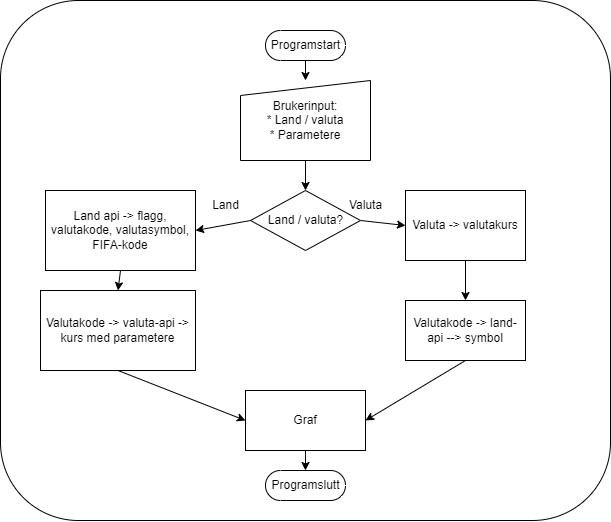
Earlier version of the draw.io export Flytskjema 3.0.png (patootey/api_oppgave). Source tidied: cells renumbered, new cells last; positions are measured from the earlier drawing's top-left corner, leaving out a move shared by most shapes. Its diagram source:
```xml
<mxGraphModel>
  <root>
    <mxCell id="0" />
    <mxCell id="1" parent="0" />
    <mxCell id="2" style="whiteSpace=wrap;html=1;fillStyle=solid;fillColor=#FFFFFF;rounded=1;" parent="1" vertex="1">
      <mxGeometry width="610" height="520" as="geometry" />
    </mxCell>
    <mxCell id="3" value="Programstart" style="html=1;dashed=0;whitespace=wrap;shape=mxgraph.dfd.start;" parent="1" vertex="1">
      <mxGeometry x="265" y="30" width="80" height="30" as="geometry" />
    </mxCell>
    <mxCell id="4" value="Brukerinput:&lt;br&gt;* Land / valuta&lt;br&gt;* Parametere" style="shape=manualInput;whiteSpace=wrap;html=1;dashed=0;size=15;" parent="1" vertex="1">
      <mxGeometry x="240" y="80" width="130" height="80" as="geometry" />
    </mxCell>
    <mxCell id="5" style="edgeStyle=none;html=1;exitX=1;exitY=0.5;exitDx=0;exitDy=0;entryX=0;entryY=0.5;entryDx=0;entryDy=0;" parent="1" edge="1" source="6" target="19">
      <mxGeometry relative="1" as="geometry" />
    </mxCell>
    <mxCell id="6" value="Land / valuta?" style="shape=rhombus;html=1;dashed=0;whitespace=wrap;perimeter=rhombusPerimeter;" parent="1" vertex="1">
      <mxGeometry x="250" y="190" width="110" height="60" as="geometry" />
    </mxCell>
    <mxCell id="7" style="edgeStyle=none;html=1;exitX=0.5;exitY=1;exitDx=0;exitDy=0;entryX=0.5;entryY=0;entryDx=0;entryDy=0;" parent="1" edge="1" source="8" target="10">
      <mxGeometry relative="1" as="geometry" />
    </mxCell>
    <mxCell id="8" value="Land api -&amp;gt; flagg, valutakode, valutasymbol, FIFA-kode" style="whiteSpace=wrap;html=1;" parent="1" vertex="1">
      <mxGeometry x="45" y="190" width="150" height="80" as="geometry" />
    </mxCell>
    <mxCell id="9" style="edgeStyle=none;html=1;exitX=0.5;exitY=1;exitDx=0;exitDy=0;entryX=0;entryY=0.5;entryDx=0;entryDy=0;" parent="1" edge="1" source="10" target="16">
      <mxGeometry relative="1" as="geometry" />
    </mxCell>
    <mxCell id="10" value="Valutakode -&amp;gt; valuta-api -&amp;gt; kurs med parametere" style="whiteSpace=wrap;html=1;" parent="1" vertex="1">
      <mxGeometry x="40" y="290" width="155" height="80" as="geometry" />
    </mxCell>
    <mxCell id="11" style="edgeStyle=none;jettySize=auto;html=1;exitX=0.5;exitY=0.5;exitDx=0;exitDy=15;exitPerimeter=0;entryX=0.5;entryY=0;entryDx=0;entryDy=0;" parent="1" edge="1" source="3" target="4">
      <mxGeometry relative="1" as="geometry" />
    </mxCell>
    <mxCell id="12" style="edgeStyle=none;jettySize=auto;html=1;exitX=0.5;exitY=1;exitDx=0;exitDy=0;entryX=0.5;entryY=0;entryDx=0;entryDy=0;" parent="1" edge="1" source="4" target="6">
      <mxGeometry relative="1" as="geometry" />
    </mxCell>
    <mxCell id="13" style="edgeStyle=none;jettySize=auto;html=1;exitX=0;exitY=0.5;exitDx=0;exitDy=0;entryX=1;entryY=0.5;entryDx=0;entryDy=0;" parent="1" edge="1" source="6" target="8">
      <mxGeometry relative="1" as="geometry" />
    </mxCell>
    <mxCell id="14" value="Land" style="text;html=1;align=center;verticalAlign=middle;strokeColor=none;fillColor=none;" parent="1" vertex="1">
      <mxGeometry x="200" y="190" width="50" height="30" as="geometry" />
    </mxCell>
    <mxCell id="15" style="edgeStyle=none;html=1;exitX=0.5;exitY=1;exitDx=0;exitDy=0;entryX=0.5;entryY=0.5;entryDx=0;entryDy=-15;entryPerimeter=0;" parent="1" edge="1" source="16" target="17">
      <mxGeometry relative="1" as="geometry" />
    </mxCell>
    <mxCell id="16" value="Graf" style="whiteSpace=wrap;html=1;" parent="1" vertex="1">
      <mxGeometry x="245" y="390" width="120" height="60" as="geometry" />
    </mxCell>
    <mxCell id="17" value="Programslutt" style="html=1;dashed=0;whitespace=wrap;shape=mxgraph.dfd.start;" parent="1" vertex="1">
      <mxGeometry x="265" y="470" width="80" height="30" as="geometry" />
    </mxCell>
    <mxCell id="18" style="edgeStyle=none;html=1;exitX=0.5;exitY=1;exitDx=0;exitDy=0;entryX=0.5;entryY=0;entryDx=0;entryDy=0;" parent="1" edge="1" source="19" target="21">
      <mxGeometry relative="1" as="geometry" />
    </mxCell>
    <mxCell id="19" value="Valuta -&amp;gt; valutakurs" style="whiteSpace=wrap;html=1;" parent="1" vertex="1">
      <mxGeometry x="405" y="190" width="120" height="70" as="geometry" />
    </mxCell>
    <mxCell id="20" style="edgeStyle=none;html=1;exitX=0.5;exitY=1;exitDx=0;exitDy=0;entryX=1;entryY=0.5;entryDx=0;entryDy=0;" parent="1" edge="1" source="21" target="16">
      <mxGeometry relative="1" as="geometry" />
    </mxCell>
    <mxCell id="21" value="Valutakode -&amp;gt; land-api --&amp;gt; symbol" style="whiteSpace=wrap;html=1;" parent="1" vertex="1">
      <mxGeometry x="405" y="300" width="120" height="60" as="geometry" />
    </mxCell>
    <mxCell id="22" value="Valuta" style="text;html=1;align=center;verticalAlign=middle;strokeColor=none;fillColor=none;" parent="1" vertex="1">
      <mxGeometry x="335" y="190" width="60" height="30" as="geometry" />
    </mxCell>
  </root>
</mxGraphModel>
```
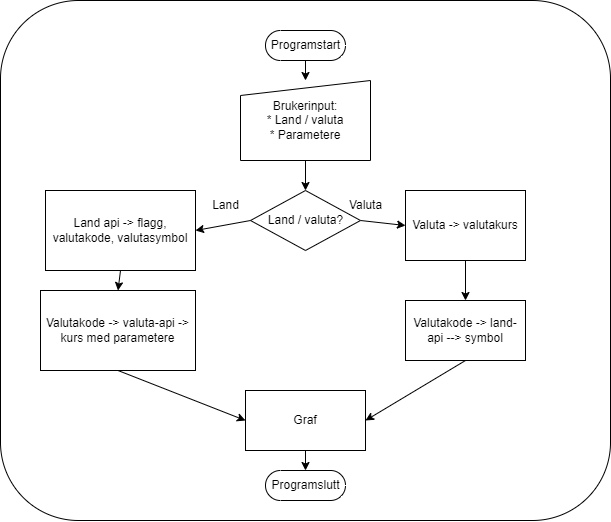
After the commit.

Commit message:
Eksporterte til PNG

Diff of the diagram source:
```diff
@@ -20,7 +20,7 @@
     <mxCell id="7" style="edgeStyle=none;html=1;exitX=0.5;exitY=1;exitDx=0;exitDy=0;entryX=0.5;entryY=0;entryDx=0;entryDy=0;" parent="1" edge="1" source="8" target="10">
       <mxGeometry relative="1" as="geometry" />
     </mxCell>
-    <mxCell id="8" value="Land api -&amp;gt; flagg, valutakode, valutasymbol, FIFA-kode" style="whiteSpace=wrap;html=1;" parent="1" vertex="1">
+    <mxCell id="8" value="Land api -&amp;gt; flagg, valutakode, valutasymbol" style="whiteSpace=wrap;html=1;" parent="1" vertex="1">
       <mxGeometry x="45" y="190" width="150" height="80" as="geometry" />
     </mxCell>
     <mxCell id="9" style="edgeStyle=none;html=1;exitX=0.5;exitY=1;exitDx=0;exitDy=0;entryX=0;entryY=0.5;entryDx=0;entryDy=0;" parent="1" edge="1" source="10" target="16">
```
